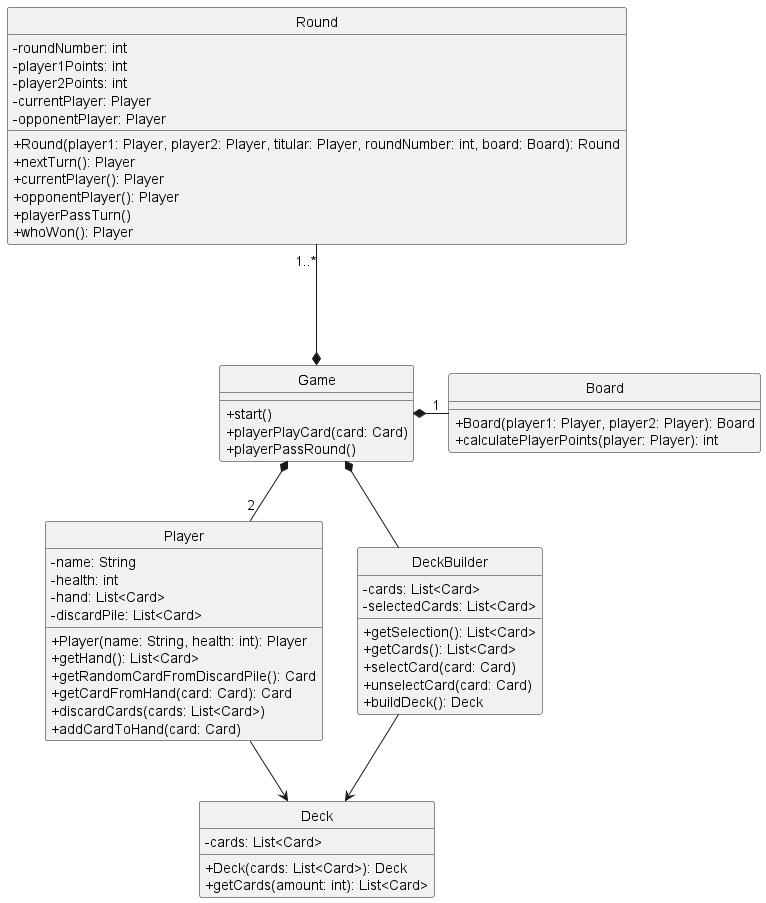
This is diagrams/classes/game.png from Yonhir/algo3_proyecto_base_tp2, a PlantUML export, as it was before one commit.
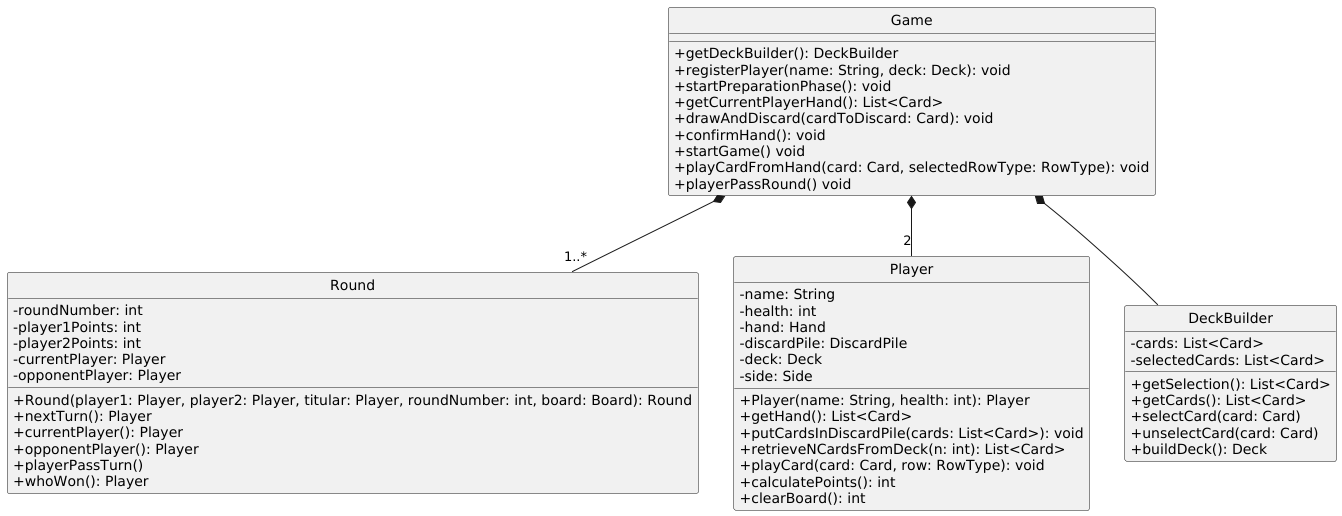
Later version of the same file.

What changed in the source:
```diff
@@ -5,14 +5,15 @@
 skinparam classAttributeIconSize 0
 
 class Game {
-  +start()
-  +playerPlayCard(card: Card)
-  +playerPassRound()
-}
-
-class Board {
-  +Board(player1: Player, player2: Player): Board
-  +calculatePlayerPoints(player: Player): int
+  +getDeckBuilder(): DeckBuilder
+  +registerPlayer(name: String, deck: Deck): void
+  +startPreparationPhase(): void
+  +getCurrentPlayerHand(): List<Card>
+  +drawAndDiscard(cardToDiscard: Card): void
+  +confirmHand(): void
+  +startGame() void
+  +playCardFromHand(card: Card, selectedRowType: RowType): void
+  +playerPassRound() void
 }
 
 class Round {
@@ -32,20 +33,17 @@
 class Player {
   -name: String
   -health: int
-  -hand: List<Card>
-  -discardPile: List<Card>
+  -hand: Hand
+  -discardPile: DiscardPile
+  -deck: Deck
+  -side: Side
   +Player(name: String, health: int): Player
   +getHand(): List<Card>
-  +getRandomCardFromDiscardPile(): Card
-  +getCardFromHand(card: Card): Card
-  +discardCards(cards: List<Card>)
-  +addCardToHand(card: Card)
-}
-
-class Deck {
-  -cards: List<Card>
-  +Deck(cards: List<Card>): Deck
-  +getCards(amount: int): List<Card>
+  +putCardsInDiscardPile(cards: List<Card>): void
+  +retrieveNCardsFromDeck(n: int): List<Card>
+  +playCard(card: Card, row: RowType): void
+  +calculatePoints(): int
+  +clearBoard(): int
 }
 
 class DeckBuilder {
@@ -58,15 +56,9 @@
   +buildDeck(): Deck
 }
 
-Round "1..*" ---* Game
-Game *- "1" Board
-Game *- "2" Player
+
+Game *-- "1..*" Round
+Game *-- "2" Player
 Game *-- DeckBuilder
-DeckBuilder --> Deck
-Player --> Deck
-
-
-
-
 
 @enduml
```
